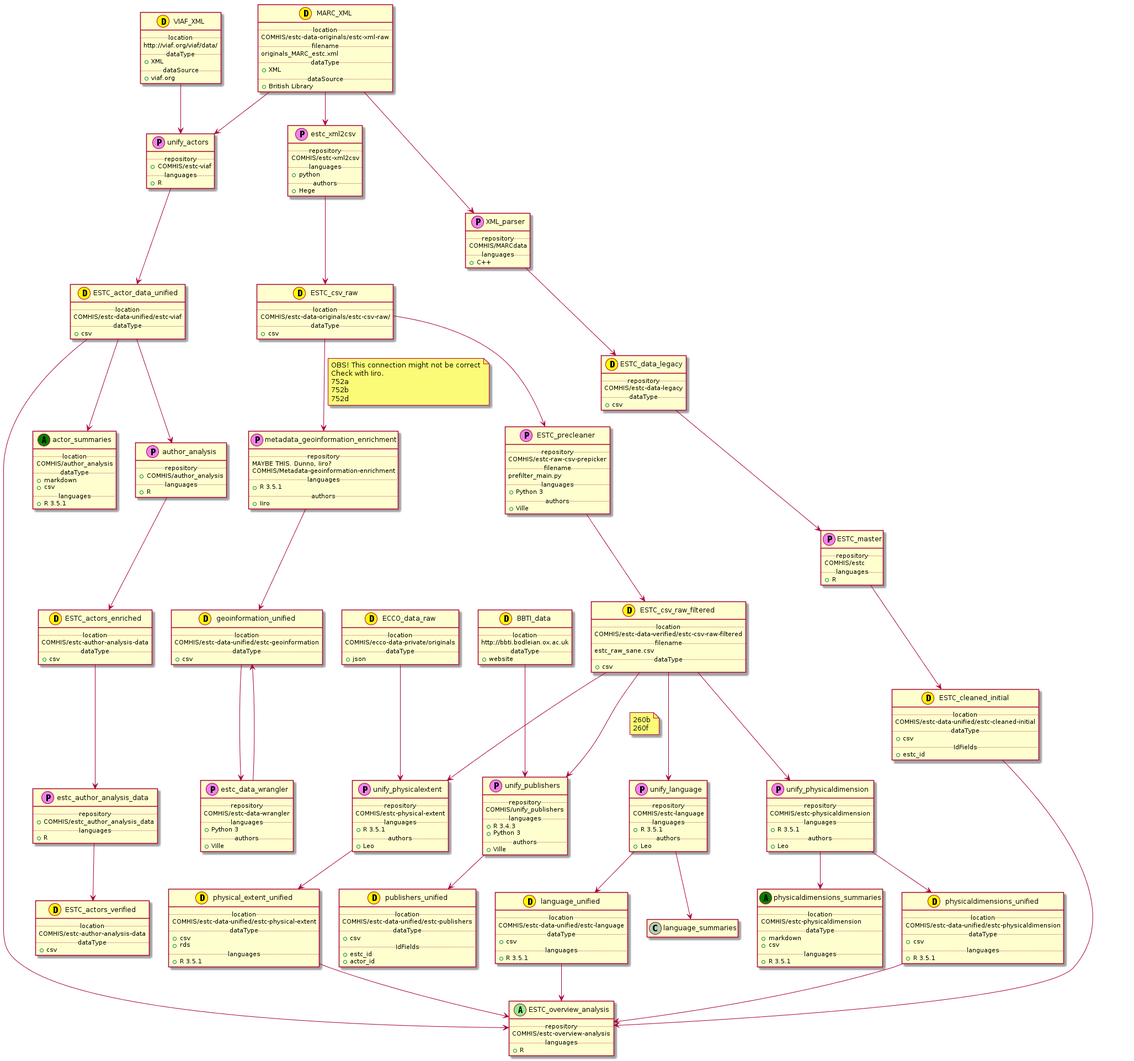
The PlantUML diagram dependencies/dependencies.png in COMHIS/estc-workflow, before a commit.
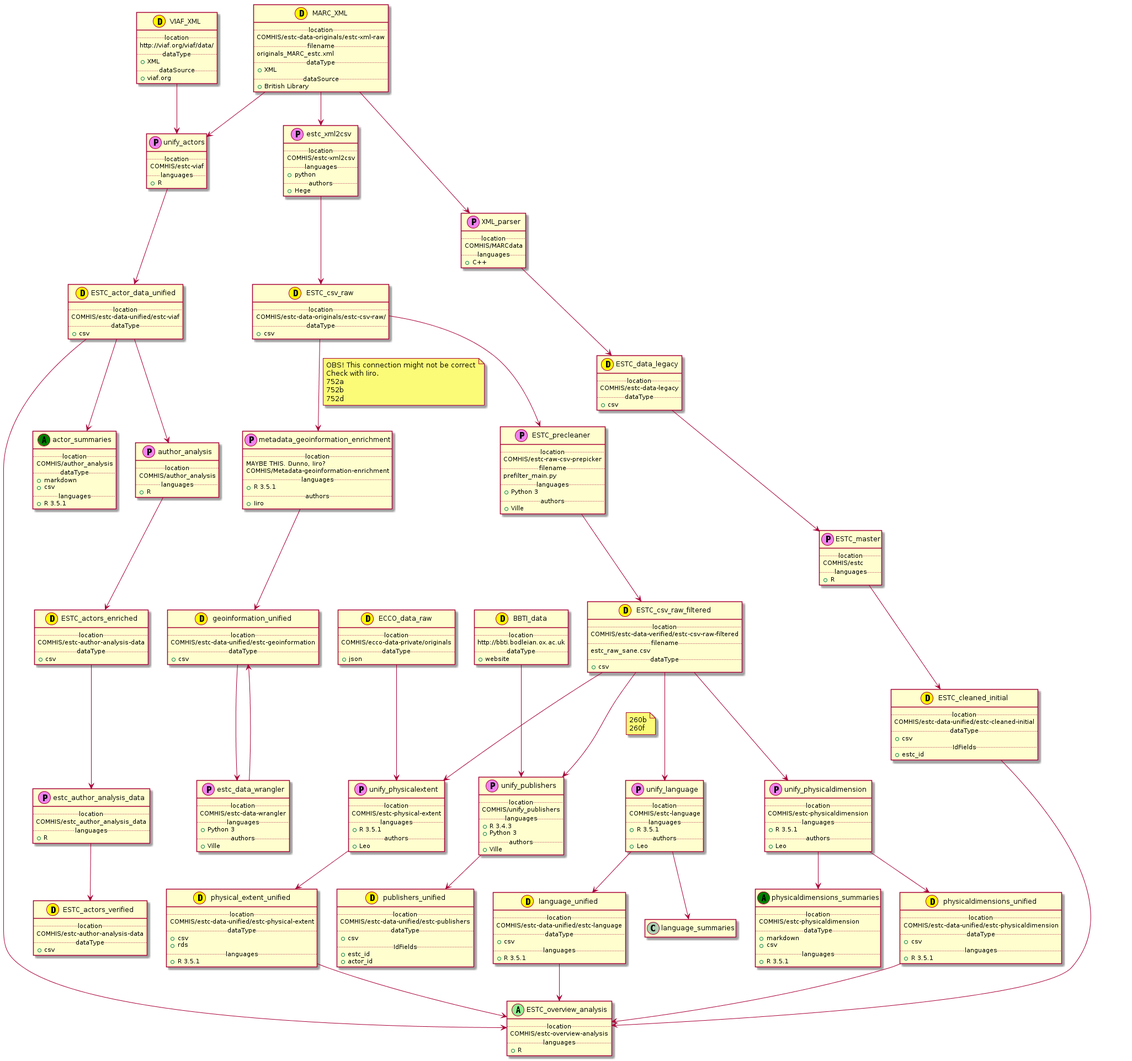
Later version of the same file.

Commit message:
Unified format.

Change to the diagram source:
```diff
@@ -138,14 +138,14 @@
 
 
 class XML_parser << (P,violet) >> {
-    .. repository ..
+    .. location ..
     COMHIS/MARCdata
     .. languages ..
     + C++
 }
 
 class ESTC_data_legacy << (D,yellow) >> {
-    .. repository ..
+    .. location ..
     COMHIS/estc-data-legacy
     .. dataType ..
     + csv
@@ -153,7 +153,7 @@
 
 
 class estc_xml2csv << (P,violet) >> {
-    .. repository ..
+    .. location ..
     COMHIS/estc-xml2csv
     .. languages ..
     + python
@@ -162,7 +162,7 @@
 }
 
 class ESTC_precleaner << (P,violet) >> {
-    .. repository ..
+    .. location ..
     COMHIS/estc-raw-csv-prepicker
     .. filename ..
     prefilter_main.py
@@ -173,14 +173,14 @@
 }
 
 class ESTC_master << (P,violet) >> {
-    .. repository ..
+    .. location ..
     COMHIS/estc
     .. languages ..
     + R
 }
 
 class unify_publishers << (P,violet) >> {
-    .. repository ..
+    .. location ..
     COMHIS/unify_publishers
     .. languages ..
     + R 3.4.3
@@ -190,7 +190,7 @@
 }
 
 class unify_physicaldimension << (P,violet) >> {
-    .. repository ..
+    .. location ..
     COMHIS/estc-physicaldimension
     .. languages ..
     + R 3.5.1
@@ -199,7 +199,7 @@
 }
 
 class unify_physicalextent << (P,violet) >> {
-    .. repository ..
+    .. location ..
     COMHIS/estc-physical-extent
     .. languages ..
     + R 3.5.1
@@ -208,7 +208,7 @@
 }
 
 class unify_language << (P,violet) >> {
-    .. repository ..
+    .. location ..
     COMHIS/estc-language
     .. languages ..
     + R 3.5.1
@@ -218,7 +218,7 @@
 
 
 class metadata_geoinformation_enrichment << (P,violet) >> {
-    .. repository ..
+    .. location ..
     MAYBE THIS. Dunno, Iiro?
     COMHIS/Metadata-geoinformation-enrichment
     .. languages ..
@@ -229,7 +229,7 @@
 
 
 class estc_data_wrangler << (P,violet) >> {
-    .. repository ..
+    .. location ..
     COMHIS/estc-data-wrangler
     .. languages ..
     + Python 3
@@ -238,7 +238,7 @@
 }
 
 class ESTC_overview_analysis << (A,lightgreen) >> {
-    .. repository ..
+    .. location ..
     COMHIS/estc-overview-analysis
     .. languages ..
     + R
@@ -246,22 +246,22 @@
 
 
 class unify_actors << (P,violet) >> {
-    .. repository ..
-    + COMHIS/estc-viaf
+    .. location ..
+    COMHIS/estc-viaf
     .. languages ..
     + R
 }
 
 class author_analysis << (P,violet) >> {
-    .. repository ..
-    + COMHIS/author_analysis
+    .. location ..
+    COMHIS/author_analysis
     .. languages ..
     + R
 }
 
 class estc_author_analysis_data << (P,violet) >> {
-    .. repository ..
-    + COMHIS/estc_author_analysis_data
+    .. location ..
+    COMHIS/estc_author_analysis_data
     .. languages ..
     + R
 }
```
